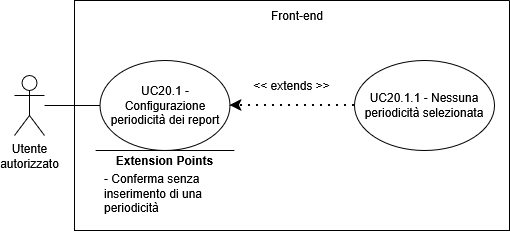
This is assets/diagrams/UC20_1.png from SkarabGroup/DocumentazioneProgetto, a draw.io export, as it was before one commit. Source tidied: cells renumbered, new cells last; positions are measured from the earlier drawing's top-left corner, leaving out a move shared by most shapes. Source of this version:
```xml
<mxGraphModel>
  <root>
    <mxCell id="0" />
    <mxCell id="1" parent="0" />
    <mxCell id="2" value="&lt;div&gt;Utente&lt;/div&gt;&lt;div&gt;autorizzato&lt;/div&gt;" style="shape=umlActor;verticalLabelPosition=bottom;verticalAlign=top;html=1;outlineConnect=0;" parent="1" vertex="1">
      <mxGeometry y="75" width="30" height="60" as="geometry" />
    </mxCell>
    <mxCell id="3" style="swimlane;startSize=0;" parent="1" vertex="1">
      <mxGeometry x="60" width="435" height="230" as="geometry" />
    </mxCell>
    <mxCell id="4" value="UC20.1 - Configurazione periodicità dei report" style="ellipse;whiteSpace=wrap;html=1;" parent="3" vertex="1">
      <mxGeometry x="25.5" y="60" width="130" height="90" as="geometry" />
    </mxCell>
    <mxCell id="5" value="UC20.1.1 - Nessuna periodicità selezionata" style="ellipse;whiteSpace=wrap;html=1;" parent="3" vertex="1">
      <mxGeometry x="280" y="60" width="140" height="90" as="geometry" />
    </mxCell>
    <mxCell id="6" style="endArrow=classic;dashed=1;html=1;dashPattern=1 3;strokeWidth=2;rounded=0;entryX=1;entryY=0.5;entryDx=0;entryDy=0;exitX=0;exitY=0.5;exitDx=0;exitDy=0;strokeColor=default;curved=0;endFill=1;endSize=6;" parent="3" edge="1" source="5" target="4">
      <mxGeometry relative="1" as="geometry" />
    </mxCell>
    <mxCell id="7" value="&lt;div&gt;&amp;lt;&amp;lt; extends &amp;gt;&amp;gt;&lt;/div&gt;" style="text;html=1;whiteSpace=wrap;strokeColor=none;fillColor=none;align=center;verticalAlign=middle;rounded=0;" parent="3" vertex="1">
      <mxGeometry x="170" y="70" width="95" height="30" as="geometry" />
    </mxCell>
    <mxCell id="8" style="endArrow=none;html=1;rounded=0;" parent="3" edge="1">
      <mxGeometry relative="1" as="geometry">
        <mxPoint x="159.9" y="150" as="sourcePoint" />
        <mxPoint x="21.1" y="150" as="targetPoint" />
      </mxGeometry>
    </mxCell>
    <mxCell id="9" value="&lt;b&gt;Extension Points&lt;/b&gt;" style="text;html=1;whiteSpace=wrap;strokeColor=none;fillColor=none;align=center;verticalAlign=middle;rounded=0;strokeWidth=5;" parent="3" vertex="1">
      <mxGeometry x="33" y="145" width="115" height="30" as="geometry" />
    </mxCell>
    <mxCell id="10" value="- Conferma senza inserimento di una periodicità" style="text;html=1;whiteSpace=wrap;strokeColor=none;fillColor=none;align=left;verticalAlign=middle;rounded=0;" parent="3" vertex="1">
      <mxGeometry x="28" y="150" width="147" height="85" as="geometry" />
    </mxCell>
    <mxCell id="11" value="Front-end" style="text;html=1;whiteSpace=wrap;strokeColor=none;fillColor=none;align=center;verticalAlign=middle;rounded=0;" parent="3" vertex="1">
      <mxGeometry x="192.5" width="60" height="30" as="geometry" />
    </mxCell>
    <mxCell id="12" style="endArrow=none;html=1;rounded=0;entryX=0;entryY=0.5;entryDx=0;entryDy=0;" parent="1" edge="1" source="2" target="4">
      <mxGeometry relative="1" as="geometry" />
    </mxCell>
  </root>
</mxGraphModel>
```
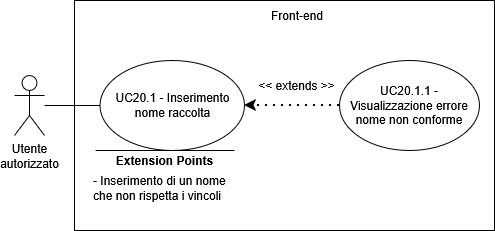
The same diagram one commit later.

The edit, as a diff of the source:
```diff
@@ -6,19 +6,19 @@
       <mxGeometry y="75" width="30" height="60" as="geometry" />
     </mxCell>
     <mxCell id="3" style="swimlane;startSize=0;" parent="1" vertex="1">
-      <mxGeometry x="60" width="435" height="230" as="geometry" />
+      <mxGeometry x="60" width="420" height="230" as="geometry" />
     </mxCell>
-    <mxCell id="4" value="UC20.1 - Configurazione periodicità dei report" style="ellipse;whiteSpace=wrap;html=1;" parent="3" vertex="1">
-      <mxGeometry x="25.5" y="60" width="130" height="90" as="geometry" />
+    <mxCell id="4" value="UC20.1 - Inserimento nome raccolta" style="ellipse;whiteSpace=wrap;html=1;" parent="3" vertex="1">
+      <mxGeometry x="25.5" y="60" width="144.5" height="90" as="geometry" />
     </mxCell>
-    <mxCell id="5" value="UC20.1.1 - Nessuna periodicità selezionata" style="ellipse;whiteSpace=wrap;html=1;" parent="3" vertex="1">
-      <mxGeometry x="280" y="60" width="140" height="90" as="geometry" />
+    <mxCell id="5" value="UC20.1.1 - Visualizzazione errore nome non conforme" style="ellipse;whiteSpace=wrap;html=1;" parent="3" vertex="1">
+      <mxGeometry x="265" y="60" width="140" height="90" as="geometry" />
     </mxCell>
     <mxCell id="6" style="endArrow=classic;dashed=1;html=1;dashPattern=1 3;strokeWidth=2;rounded=0;entryX=1;entryY=0.5;entryDx=0;entryDy=0;exitX=0;exitY=0.5;exitDx=0;exitDy=0;strokeColor=default;curved=0;endFill=1;endSize=6;" parent="3" edge="1" source="5" target="4">
       <mxGeometry relative="1" as="geometry" />
     </mxCell>
     <mxCell id="7" value="&lt;div&gt;&amp;lt;&amp;lt; extends &amp;gt;&amp;gt;&lt;/div&gt;" style="text;html=1;whiteSpace=wrap;strokeColor=none;fillColor=none;align=center;verticalAlign=middle;rounded=0;" parent="3" vertex="1">
-      <mxGeometry x="170" y="70" width="95" height="30" as="geometry" />
+      <mxGeometry x="175" y="70" width="95" height="30" as="geometry" />
     </mxCell>
     <mxCell id="8" style="endArrow=none;html=1;rounded=0;" parent="3" edge="1">
       <mxGeometry relative="1" as="geometry">
@@ -29,8 +29,8 @@
     <mxCell id="9" value="&lt;b&gt;Extension Points&lt;/b&gt;" style="text;html=1;whiteSpace=wrap;strokeColor=none;fillColor=none;align=center;verticalAlign=middle;rounded=0;strokeWidth=5;" parent="3" vertex="1">
       <mxGeometry x="33" y="145" width="115" height="30" as="geometry" />
     </mxCell>
-    <mxCell id="10" value="- Conferma senza inserimento di una periodicità" style="text;html=1;whiteSpace=wrap;strokeColor=none;fillColor=none;align=left;verticalAlign=middle;rounded=0;" parent="3" vertex="1">
-      <mxGeometry x="28" y="150" width="147" height="85" as="geometry" />
+    <mxCell id="10" value="- Inserimento di un nome che non rispetta i vincoli" style="text;html=1;whiteSpace=wrap;strokeColor=none;fillColor=none;align=left;verticalAlign=middle;rounded=0;" parent="3" vertex="1">
+      <mxGeometry x="17" y="145" width="147" height="85" as="geometry" />
     </mxCell>
     <mxCell id="11" value="Front-end" style="text;html=1;whiteSpace=wrap;strokeColor=none;fillColor=none;align=center;verticalAlign=middle;rounded=0;" parent="3" vertex="1">
       <mxGeometry x="192.5" width="60" height="30" as="geometry" />
```
